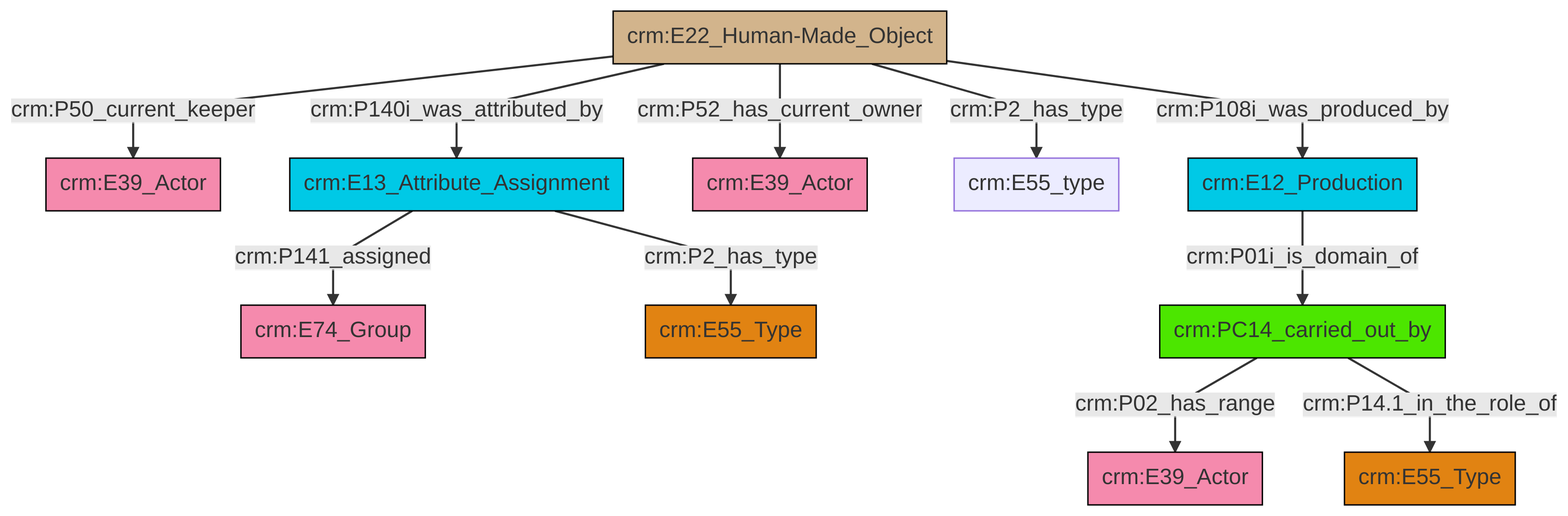
This is et/artworkCSV/ttl/mmd/png/Artwork_Actor_Relations.png from swiss-art-research-net/docs.swissartresearch, a Mermaid export, as it was before one commit. Its source is kept beside it as et/artworkCSV/ttl/mmd/Artwork_Actor_Relations.ttl.mmd.
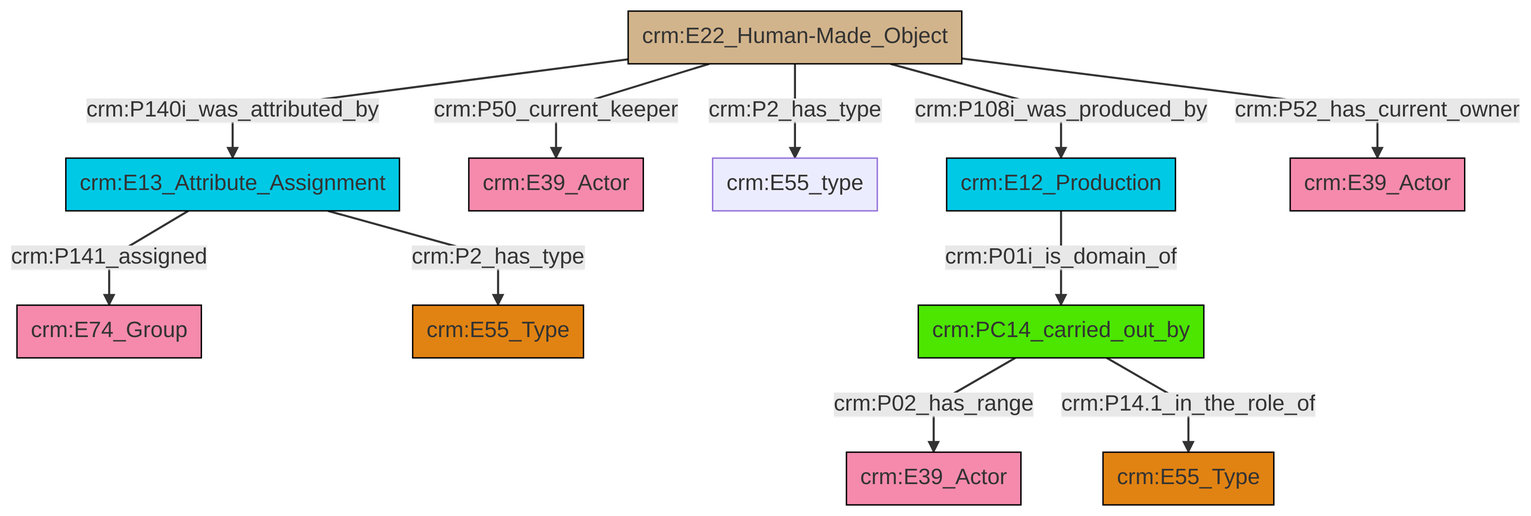
Above is the later version.

The edit, as a diff of the source:
```diff
@@ -13,13 +13,13 @@
 classDef PC_Classes fill:#4ce600, stroke:#000000;
 classDef Multi fill:#cccccc,stroke:#000000;
 
-0["crm:E22_Human-Made_Object"]:::Physical_Thing -->|crm:P50_current_keeper| 1["crm:E39_Actor"]:::Actor
-0["crm:E22_Human-Made_Object"]:::Physical_Thing -->|crm:P140i_was_attributed_by| 4["crm:E13_Attribute_Assignment"]:::Temporal_Entity
-0["crm:E22_Human-Made_Object"]:::Physical_Thing -->|crm:P52_has_current_owner| 7["crm:E39_Actor"]:::Actor
-4["crm:E13_Attribute_Assignment"]:::Temporal_Entity -->|crm:P2_has_type| 5["crm:E55_Type"]:::Type
-4["crm:E13_Attribute_Assignment"]:::Temporal_Entity -->|crm:P141_assigned| 2["crm:E74_Group"]:::Actor
+0["crm:E13_Attribute_Assignment"]:::Temporal_Entity -->|crm:P141_assigned| 1["crm:E74_Group"]:::Actor
+5["crm:E22_Human-Made_Object"]:::Physical_Thing -->|crm:P140i_was_attributed_by| 0["crm:E13_Attribute_Assignment"]:::Temporal_Entity
+5["crm:E22_Human-Made_Object"]:::Physical_Thing -->|crm:P50_current_keeper| 6["crm:E39_Actor"]:::Actor
+5["crm:E22_Human-Made_Object"]:::Physical_Thing -->|crm:P2_has_type| 7["crm:E55_type"]:::Default
+10["crm:E12_Production"]:::Temporal_Entity -->|crm:P01i_is_domain_of| 11["crm:PC14_carried_out_by"]:::PC_Classes
+5["crm:E22_Human-Made_Object"]:::Physical_Thing -->|crm:P108i_was_produced_by| 10["crm:E12_Production"]:::Temporal_Entity
 11["crm:PC14_carried_out_by"]:::PC_Classes -->|crm:P02_has_range| 14["crm:E39_Actor"]:::Actor
-19["crm:E12_Production"]:::Temporal_Entity -->|crm:P01i_is_domain_of| 11["crm:PC14_carried_out_by"]:::PC_Classes
-0["crm:E22_Human-Made_Object"]:::Physical_Thing -->|crm:P108i_was_produced_by| 19["crm:E12_Production"]:::Temporal_Entity
-0["crm:E22_Human-Made_Object"]:::Physical_Thing -->|crm:P2_has_type| 9["crm:E55_type"]:::Default
-11["crm:PC14_carried_out_by"]:::PC_Classes -->|crm:P14.1_in_the_role_of| 16["crm:E55_Type"]:::Type
+0["crm:E13_Attribute_Assignment"]:::Temporal_Entity -->|crm:P2_has_type| 2["crm:E55_Type"]:::Type
+5["crm:E22_Human-Made_Object"]:::Physical_Thing -->|crm:P52_has_current_owner| 21["crm:E39_Actor"]:::Actor
+11["crm:PC14_carried_out_by"]:::PC_Classes -->|crm:P14.1_in_the_role_of| 8["crm:E55_Type"]:::Type
```
